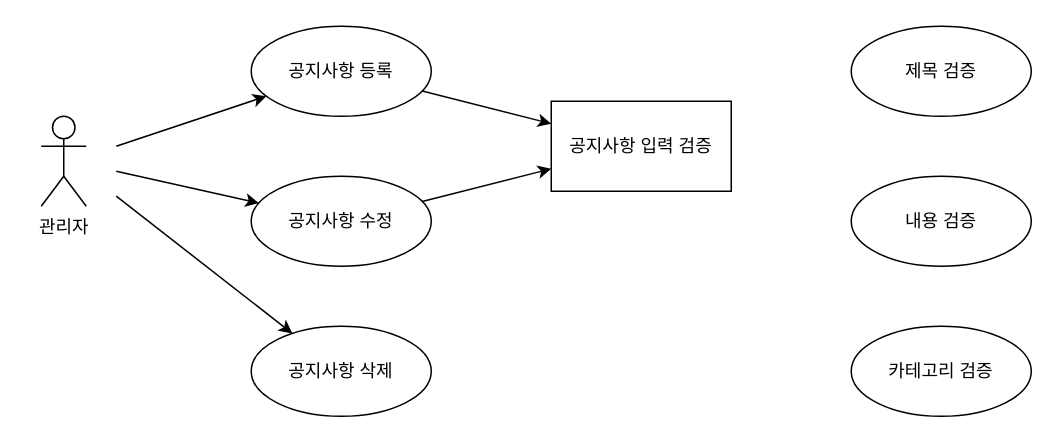
Above: BOD-ANN-001.drawio in fury2019/Diagram (draw.io), before the change. Source tidied: cells renumbered, new cells numbered last; positions are measured from the earlier drawing's top-left corner, leaving out a move shared by most shapes. Both pictures are drawn from the tidied source at 150%, with x=0, y=0 at pixel (40, 26).
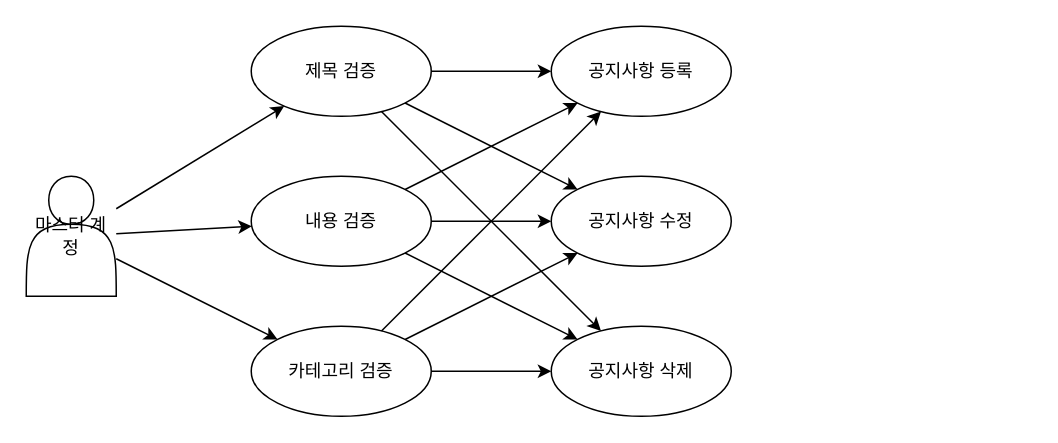
After the change.

Change to the diagram source:
```diff
@@
+    <mxCell id="15" value="마스터 계정" style="shape=actor;whiteSpace=wrap;html=1;" parent="1" vertex="1">
+      <mxGeometry x="-10" y="100" width="60" height="80" as="geometry" />
+    </mxCell>
+    <mxCell id="6" value="제목 검증" style="ellipse;whiteSpace=wrap;html=1;" parent="1" vertex="1">
+      <mxGeometry x="140" width="120" height="60" as="geometry" />
+    </mxCell>
+    <mxCell id="7" value="내용 검증" style="ellipse;whiteSpace=wrap;html=1;" parent="1" vertex="1">
+      <mxGeometry x="140" y="100" width="120" height="60" as="geometry" />
+    </mxCell>
+    <mxCell id="8" value="카테고리 검증" style="ellipse;whiteSpace=wrap;html=1;" parent="1" vertex="1">
+      <mxGeometry x="140" y="200" width="120" height="60" as="geometry" />
+    </mxCell>
     <mxCell id="2" value="공지사항 등록" style="ellipse;whiteSpace=wrap;html=1;" parent="1" vertex="1">
-      <mxGeometry x="140" width="120" height="60" as="geometry" />
+      <mxGeometry x="340" width="120" height="60" as="geometry" />
     </mxCell>
     <mxCell id="3" value="공지사항 수정" style="ellipse;whiteSpace=wrap;html=1;" parent="1" vertex="1">
-      <mxGeometry x="140" y="100" width="120" height="60" as="geometry" />
+      <mxGeometry x="340" y="100" width="120" height="60" as="geometry" />
     </mxCell>
     <mxCell id="4" value="공지사항 삭제" style="ellipse;whiteSpace=wrap;html=1;" parent="1" vertex="1">
-      <mxGeometry x="140" y="200" width="120" height="60" as="geometry" />
+      <mxGeometry x="340" y="200" width="120" height="60" as="geometry" />
     </mxCell>
-    <mxCell id="5" value="공지사항 입력 검증" style="rectangle;whiteSpace=wrap;html=1;" parent="1" vertex="1">
-      <mxGeometry x="340" y="50" width="120" height="60" as="geometry" />
-    </mxCell>
-    <mxCell id="6" value="제목 검증" style="ellipse;whiteSpace=wrap;html=1;" parent="1" vertex="1">
-      <mxGeometry x="540" width="120" height="60" as="geometry" />
-    </mxCell>
-    <mxCell id="7" value="내용 검증" style="ellipse;whiteSpace=wrap;html=1;" parent="1" vertex="1">
-      <mxGeometry x="540" y="100" width="120" height="60" as="geometry" />
-    </mxCell>
-    <mxCell id="8" value="카테고리 검증" style="ellipse;whiteSpace=wrap;html=1;" parent="1" vertex="1">
-      <mxGeometry x="540" y="200" width="120" height="60" as="geometry" />
-    </mxCell>
-    <mxCell id="9" parent="1" edge="1" target="2">
-      <mxGeometry relative="1" as="geometry">
-        <mxPoint x="50" y="80" as="sourcePoint" />
-      </mxGeometry>
-    </mxCell>
-    <mxCell id="10" parent="1" edge="1" target="3">
-      <mxGeometry relative="1" as="geometry">
-        <mxPoint x="50" y="96.7" as="sourcePoint" />
-      </mxGeometry>
-    </mxCell>
-    <mxCell id="11" parent="1" edge="1" target="4">
-      <mxGeometry relative="1" as="geometry">
-        <mxPoint x="50" y="113.3" as="sourcePoint" />
-      </mxGeometry>
-    </mxCell>
-    <mxCell id="12" parent="1" edge="1" source="2" target="5">
-      <mxGeometry relative="1" as="geometry" />
-    </mxCell>
-    <mxCell id="13" parent="1" edge="1" source="3" target="5">
-      <mxGeometry relative="1" as="geometry" />
-    </mxCell>
-    <mxCell id="14" value="관리자" style="shape=umlActor;verticalLabelPosition=bottom;verticalAlign=top;html=1;" parent="1" vertex="1">
-      <mxGeometry y="60" width="30" height="60" as="geometry" />
-    </mxCell>
+    <mxCell id="16" parent="1" edge="1" source="15" target="6">
+      <mxGeometry relative="1" as="geometry" />
+    </mxCell>
+    <mxCell id="17" parent="1" edge="1" source="15" target="7">
+      <mxGeometry relative="1" as="geometry" />
+    </mxCell>
+    <mxCell id="18" parent="1" edge="1" source="15" target="8">
+      <mxGeometry relative="1" as="geometry" />
+    </mxCell>
+    <mxCell id="19" parent="1" edge="1" source="6" target="2">
+      <mxGeometry relative="1" as="geometry" />
+    </mxCell>
+    <mxCell id="20" parent="1" edge="1" source="7" target="2">
+      <mxGeometry relative="1" as="geometry" />
+    </mxCell>
+    <mxCell id="21" parent="1" edge="1" source="8" target="2">
+      <mxGeometry relative="1" as="geometry" />
+    </mxCell>
+    <mxCell id="22" parent="1" edge="1" source="6" target="3">
+      <mxGeometry relative="1" as="geometry" />
+    </mxCell>
+    <mxCell id="23" parent="1" edge="1" source="7" target="3">
+      <mxGeometry relative="1" as="geometry" />
+    </mxCell>
+    <mxCell id="24" parent="1" edge="1" source="8" target="3">
+      <mxGeometry relative="1" as="geometry" />
+    </mxCell>
+    <mxCell id="25" parent="1" edge="1" source="6" target="4">
+      <mxGeometry relative="1" as="geometry" />
+    </mxCell>
+    <mxCell id="26" parent="1" edge="1" source="7" target="4">
+      <mxGeometry relative="1" as="geometry" />
+    </mxCell>
+    <mxCell id="27" parent="1" edge="1" source="8" target="4">
+      <mxGeometry relative="1" as="geometry" />
+    </mxCell>
```
